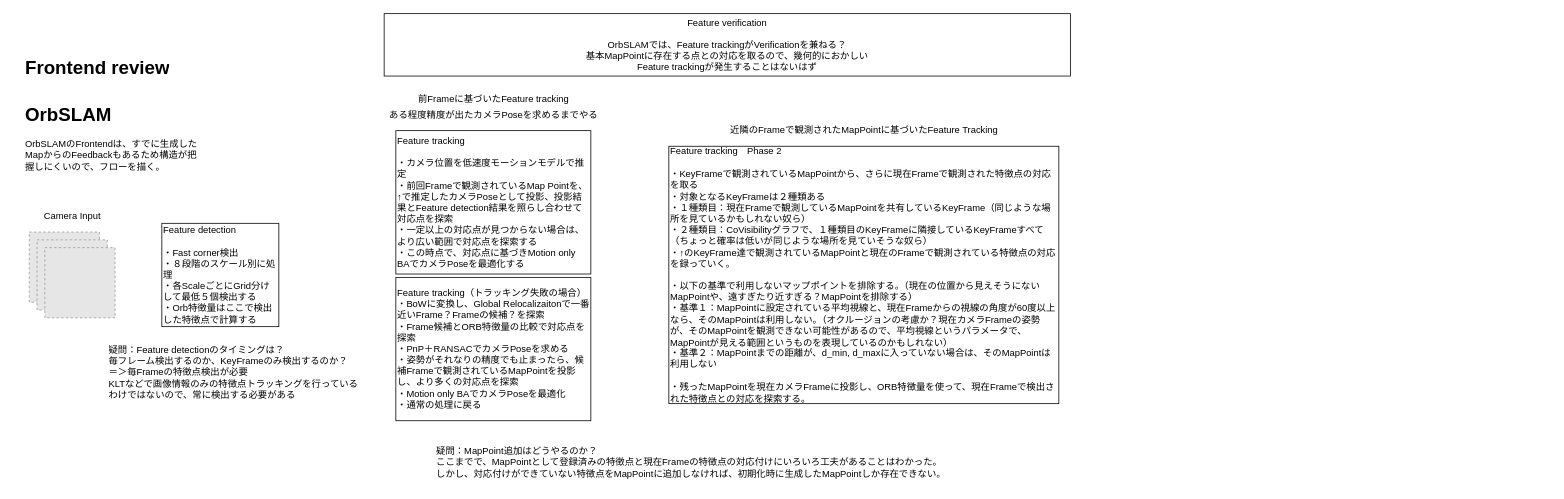
Above: docs/VSLAM-Fontend.drawio in eryeden/vi-slam (draw.io), before the change. Source tidied: cells renumbered, new cells numbered last; positions are measured from the earlier drawing's top-left corner, leaving out a move shared by most shapes. Both pictures are drawn from the tidied source at 78%, with x=0, y=0 at pixel (21, 13). Pictures stored in the file or linked from it are replaced by grey dashed boxes.
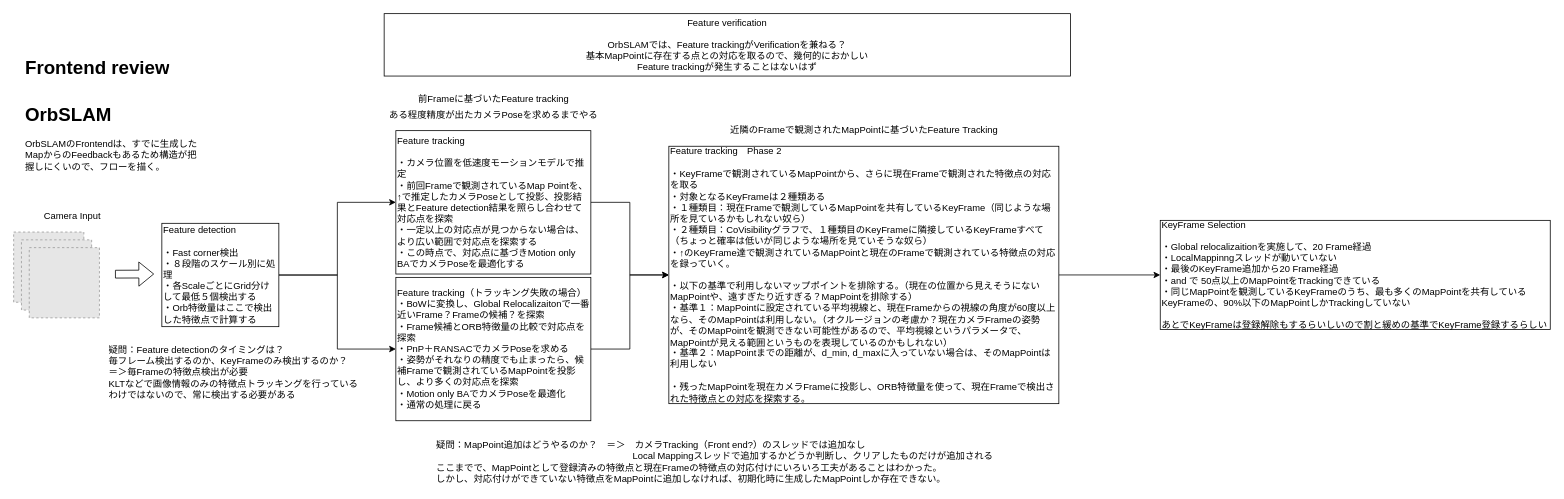
Above is the later version.

The change refers to these unchanged cells:
```xml
<mxCell id="8" value="Feature detection&lt;br&gt;&lt;br&gt;・Fast corner検出&lt;br&gt;・８段階のスケール別に処理&lt;br&gt;・各ScaleごとにGrid分けして最低５個検出する&lt;br&gt;・Orb特徴量はここで検出した特徴点で計算する" style="rounded=0;whiteSpace=wrap;html=1;align=left;" parent="1" vertex="1">
  <mxGeometry x="180" y="268.8" width="150" height="132.5" as="geometry" />
</mxCell>
<mxCell id="9" value="Feature tracking&lt;br&gt;&lt;br&gt;・カメラ位置を低速度モーションモデルで推定&lt;br&gt;・前回Frameで観測されているMap Pointを、↑で推定したカメラPoseとして投影、投影結果とFeature detection結果を照らし合わせて対応点を探索&lt;br&gt;・一定以上の対応点が見つからない場合は、より広い範囲で対応点を探索する&lt;br&gt;・この時点で、対応点に基づきMotion only BAでカメラPoseを最適化する" style="rounded=0;whiteSpace=wrap;html=1;align=left;" parent="1" vertex="1">
  <mxGeometry x="480" y="150" width="250" height="183.8" as="geometry" />
</mxCell>
<mxCell id="12" value="Feature tracking（トラッキング失敗の場合）&lt;br&gt;・BoWに変換し、Global Relocalizaitonで一番近いFrame？Frameの候補？を探索&lt;br&gt;・Frame候補とORB特徴量の比較で対応点を探索&lt;br&gt;・PnP＋RANSACでカメラPoseを求める&lt;br&gt;・姿勢がそれなりの精度でも止まったら、候補Frameで観測されているMapPointを投影し、より多くの対応点を探索&lt;br&gt;・Motion only BAでカメラPoseを最適化&lt;br&gt;・通常の処理に戻る" style="rounded=0;whiteSpace=wrap;html=1;align=left;" parent="1" vertex="1">
  <mxGeometry x="480" y="338.1" width="250" height="183.8" as="geometry" />
</mxCell>
<mxCell id="15" value="Feature tracking　Phase 2&lt;br&gt;&lt;br&gt;・KeyFrameで観測されているMapPointから、さらに現在Frameで観測された特徴点の対応を取る&lt;br&gt;・対象となるKeyFrameは２種類ある&lt;br&gt;・１種類目：現在Frameで観測しているMapPointを共有しているKeyFrame（同じような場所を見ているかもしれない奴ら）&lt;br&gt;・２種類目：CoVisibilityグラフで、１種類目のKeyFrameに隣接しているKeyFrameすべて（ちょっと確率は低いが同じような場所を見ていそうな奴ら）&lt;br&gt;・↑のKeyFrame達で観測されているMapPointと現在のFrameで観測されている特徴点の対応を録っていく。&lt;br&gt;&lt;br&gt;・以下の基準で利用しないマップポイントを排除する。（現在の位置から見えそうにないMapPointや、遠すぎたり近すぎる？MapPointを排除する）&lt;br&gt;・基準１：MapPointに設定されている平均視線と、現在Frameからの視線の角度が60度以上なら、そのMapPointは利用しない。（オクルージョンの考慮か？現在カメラFrameの姿勢が、そのMapPointを観測できない可能性があるので、平均視線というパラメータで、MapPointが見える範囲というものを表現しているのかもしれない）&lt;br&gt;・基準２：MapPointまでの距離が、d_min, d_maxに入っていない場合は、そのMapPointは利用しない&lt;br&gt;&lt;br&gt;・残ったMapPointを現在カメラFrameに投影し、ORB特徴量を使って、現在Frameで検出された特徴点との対応を探索する。" style="rounded=0;whiteSpace=wrap;html=1;align=left;" parent="1" vertex="1">
  <mxGeometry x="830" y="170" width="500" height="330" as="geometry" />
</mxCell>
```

What changed in the source:
```diff
@@
     <mxCell id="4" style="fillColor=#E6E6E6;strokeColor=#999999;dashed=1;verticalLabelPosition=bottom;labelBackgroundColor=#ffffff;verticalAlign=top;" parent="1" vertex="1">
-      <mxGeometry x="10" y="280" width="90" height="90" as="geometry" />
+      <mxGeometry x="-10" y="280" width="90" height="90" as="geometry" />
     </mxCell>
     <mxCell id="5" style="fillColor=#E6E6E6;strokeColor=#999999;dashed=1;verticalLabelPosition=bottom;labelBackgroundColor=#ffffff;verticalAlign=top;" parent="1" vertex="1">
-      <mxGeometry x="20" y="290" width="90" height="90" as="geometry" />
+      <mxGeometry y="290" width="90" height="90" as="geometry" />
     </mxCell>
     <mxCell id="6" style="fillColor=#E6E6E6;strokeColor=#999999;dashed=1;verticalLabelPosition=bottom;labelBackgroundColor=#ffffff;verticalAlign=top;" parent="1" vertex="1">
-      <mxGeometry x="30" y="300" width="90" height="90" as="geometry" />
+      <mxGeometry x="10" y="300" width="90" height="90" as="geometry" />
     </mxCell>
@@
+    <mxCell id="18" style="edgeStyle=orthogonalEdgeStyle;rounded=0;jettySize=auto;html=1;" parent="1" edge="1" source="8" target="9">
+      <mxGeometry relative="1" as="geometry" />
+    </mxCell>
+    <mxCell id="19" style="edgeStyle=orthogonalEdgeStyle;rounded=0;jettySize=auto;html=1;entryX=0;entryY=0.5;entryDx=0;entryDy=0;" parent="1" edge="1" source="8" target="12">
+      <mxGeometry relative="1" as="geometry" />
+    </mxCell>
@@
+    <mxCell id="20" style="edgeStyle=orthogonalEdgeStyle;rounded=0;jettySize=auto;html=1;" parent="1" edge="1" source="9" target="15">
+      <mxGeometry relative="1" as="geometry" />
+    </mxCell>
@@
+    <mxCell id="21" style="edgeStyle=orthogonalEdgeStyle;rounded=0;jettySize=auto;html=1;entryX=0;entryY=0.5;entryDx=0;entryDy=0;" parent="1" edge="1" source="12" target="15">
+      <mxGeometry relative="1" as="geometry" />
+    </mxCell>
@@
+    <mxCell id="22" style="edgeStyle=orthogonalEdgeStyle;rounded=0;jettySize=auto;html=1;" parent="1" edge="1" source="15" target="23">
+      <mxGeometry relative="1" as="geometry" />
+    </mxCell>
@@
-    <mxCell id="17" value="疑問：MapPoint追加はどうやるのか？&lt;br&gt;ここまでで、MapPointとして登録済みの特徴点と現在Frameの特徴点の対応付けにいろいろ工夫があることはわかった。&lt;br&gt;しかし、対応付けができていない特徴点をMapPointに追加しなければ、初期化時に生成したMapPointしか存在できない。" style="text;html=1;align=left;verticalAlign=middle;" parent="1" vertex="1">
-      <mxGeometry x="530" y="550" width="670" height="50" as="geometry" />
+    <mxCell id="17" value="疑問：MapPoint追加はどうやるのか？　＝＞　カメラTracking（Front end?）のスレッドでは追加なし&lt;br&gt;　　　　　　　　　　　　　　　　　　　　　Local Mappingスレッドで追加するかどうか判断し、クリアしたものだけが追加される&lt;br&gt;ここまでで、MapPointとして登録済みの特徴点と現在Frameの特徴点の対応付けにいろいろ工夫があることはわかった。&lt;br&gt;しかし、対応付けができていない特徴点をMapPointに追加しなければ、初期化時に生成したMapPointしか存在できない。" style="text;html=1;align=left;verticalAlign=middle;" parent="1" vertex="1">
+      <mxGeometry x="530" y="545" width="730" height="60" as="geometry" />
     </mxCell>
+    <mxCell id="23" value="KeyFrame Selection&lt;br&gt;&lt;br&gt;・Global relocalizaitionを実施して、20 Frame経過&lt;br&gt;・LocalMappinngスレッドが動いていない&lt;br&gt;・最後のKeyFrame追加から20 Frame経過&lt;br&gt;・and で 50点以上のMapPointをTrackingできている&lt;br&gt;・同じMapPointを観測しているKeyFrameのうち、最も多くのMapPointを共有しているKeyFrameの、90%以下のMapPointしかTrackingしていない&lt;br&gt;&lt;br&gt;あとでKeyFrameは登録解除もするらいしいので割と緩めの基準でKeyFrame登録するらしい" style="rounded=0;whiteSpace=wrap;html=1;align=left;" parent="1" vertex="1">
+      <mxGeometry x="1460" y="265" width="500" height="140" as="geometry" />
+    </mxCell>
+    <mxCell id="24" style="shape=flexArrow;endArrow=classic;html=1;" parent="1" edge="1">
+      <mxGeometry relative="1" as="geometry">
+        <mxPoint x="120" y="334" as="sourcePoint" />
+        <mxPoint x="170" y="333.8" as="targetPoint" />
+      </mxGeometry>
+    </mxCell>
```
